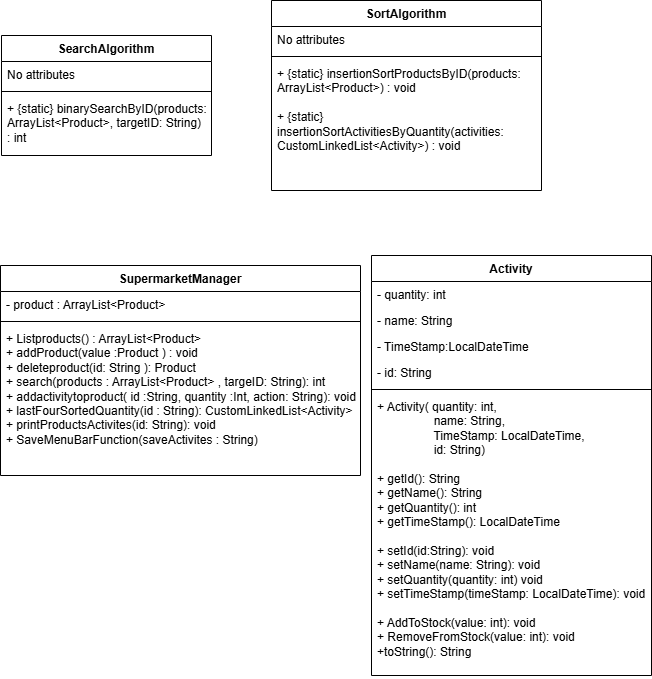
Earlier version of the draw.io export SupermarketMangementSystemUMLdiagram.drawio.png (helgabear26/CS5003-Coursework1-Supermarket-Project). Source tidied: cells renumbered, new cells last; positions are measured from the earlier drawing's top-left corner, leaving out a move shared by most shapes. Source of this version:
```xml
<mxGraphModel>
  <root>
    <mxCell id="0" />
    <mxCell id="1" parent="0" />
    <mxCell id="2" value="&lt;span style=&quot;background-color: light-dark(#ffffff, var(--ge-dark-color, #121212));&quot;&gt;SearchAlgorithm&lt;/span&gt;" style="swimlane;fontStyle=1;align=center;verticalAlign=top;horizontal=1;startSize=26;whiteSpace=wrap;html=1;" parent="1" vertex="1">
      <mxGeometry x="1" y="35" width="210" height="120" as="geometry" />
    </mxCell>
    <mxCell id="3" value="No attributes" style="text;strokeColor=none;fillColor=none;align=left;verticalAlign=top;spacingLeft=4;spacingRight=4;overflow=hidden;whiteSpace=wrap;html=1;" parent="2" vertex="1">
      <mxGeometry y="26" width="210" height="26" as="geometry" />
    </mxCell>
    <mxCell id="4" style="line;strokeWidth=1;fillColor=none;align=left;verticalAlign=middle;spacingTop=-1;spacingLeft=3;spacingRight=3;labelPosition=right;strokeColor=inherit;" parent="2" vertex="1">
      <mxGeometry y="52" width="210" height="8" as="geometry" />
    </mxCell>
    <mxCell id="5" value="+ {static} binarySearchByID(products: ArrayList&amp;lt;Product&amp;gt;, targetID: String) : int" style="text;strokeColor=none;fillColor=none;align=left;verticalAlign=top;spacingLeft=4;spacingRight=4;overflow=hidden;whiteSpace=wrap;html=1;" parent="2" vertex="1">
      <mxGeometry y="60" width="210" height="60" as="geometry" />
    </mxCell>
    <mxCell id="6" value="SortAlgorithm" style="swimlane;fontStyle=1;align=center;verticalAlign=top;horizontal=1;startSize=26;whiteSpace=wrap;html=1;" parent="1" vertex="1">
      <mxGeometry x="271" width="270" height="190" as="geometry" />
    </mxCell>
    <mxCell id="7" value="No attributes" style="text;strokeColor=none;fillColor=none;align=left;verticalAlign=top;spacingLeft=4;spacingRight=4;overflow=hidden;whiteSpace=wrap;html=1;" parent="6" vertex="1">
      <mxGeometry y="26" width="270" height="26" as="geometry" />
    </mxCell>
    <mxCell id="8" style="line;strokeWidth=1;fillColor=none;align=left;verticalAlign=middle;spacingTop=-1;spacingLeft=3;spacingRight=3;labelPosition=right;strokeColor=inherit;" parent="6" vertex="1">
      <mxGeometry y="52" width="270" height="8" as="geometry" />
    </mxCell>
    <mxCell id="9" value="+ {static} insertionSortProductsByID(products: ArrayList&amp;lt;Product&amp;gt;) : void&lt;div&gt;&lt;br&gt;&lt;/div&gt;&lt;div&gt;+&amp;nbsp;&lt;span style=&quot;background-color: transparent; color: light-dark(rgb(0, 0, 0), rgb(255, 255, 255));&quot;&gt;{static} insertionSortActivitiesByQuantity(activities: CustomLinkedList&amp;lt;Activity&amp;gt;) : void&lt;/span&gt;&lt;/div&gt;" style="text;strokeColor=none;fillColor=none;align=left;verticalAlign=top;spacingLeft=4;spacingRight=4;overflow=hidden;whiteSpace=wrap;html=1;" parent="6" vertex="1">
      <mxGeometry y="60" width="270" height="130" as="geometry" />
    </mxCell>
    <mxCell id="10" value="Activity" style="swimlane;fontStyle=1;align=center;verticalAlign=top;horizontal=1;startSize=26;whiteSpace=wrap;html=1;" parent="1" vertex="1">
      <mxGeometry x="371" y="255" width="280" height="420" as="geometry" />
    </mxCell>
    <mxCell id="11" value="- quantity: int" style="text;strokeColor=none;fillColor=none;align=left;verticalAlign=top;spacingLeft=4;spacingRight=4;overflow=hidden;whiteSpace=wrap;html=1;" parent="10" vertex="1">
      <mxGeometry y="26" width="280" height="26" as="geometry" />
    </mxCell>
    <mxCell id="12" value="- name: String" style="text;strokeColor=none;fillColor=none;align=left;verticalAlign=top;spacingLeft=4;spacingRight=4;overflow=hidden;whiteSpace=wrap;html=1;" parent="10" vertex="1">
      <mxGeometry y="52" width="280" height="26" as="geometry" />
    </mxCell>
    <mxCell id="13" value="- TimeStamp:LocalDateTime" style="text;strokeColor=none;fillColor=none;align=left;verticalAlign=top;spacingLeft=4;spacingRight=4;overflow=hidden;whiteSpace=wrap;html=1;" parent="10" vertex="1">
      <mxGeometry y="78" width="280" height="26" as="geometry" />
    </mxCell>
    <mxCell id="14" value="- id: String" style="text;strokeColor=none;fillColor=none;align=left;verticalAlign=top;spacingLeft=4;spacingRight=4;overflow=hidden;whiteSpace=wrap;html=1;" parent="10" vertex="1">
      <mxGeometry y="104" width="280" height="26" as="geometry" />
    </mxCell>
    <mxCell id="15" style="line;strokeWidth=1;fillColor=none;align=left;verticalAlign=middle;spacingTop=-1;spacingLeft=3;spacingRight=3;labelPosition=right;strokeColor=inherit;" parent="10" vertex="1">
      <mxGeometry y="130" width="280" height="8" as="geometry" />
    </mxCell>
    <mxCell id="16" value="+ Activity( quantity: int,&lt;div&gt;&lt;span style=&quot;white-space: pre;&quot;&gt;&#9;&lt;/span&gt;&lt;span style=&quot;white-space: pre;&quot;&gt;&#9;&lt;/span&gt;&amp;nbsp;name: String,&amp;nbsp;&lt;/div&gt;&lt;div&gt;&lt;span style=&quot;white-space: pre;&quot;&gt;&#9;&lt;/span&gt;&lt;span style=&quot;white-space: pre;&quot;&gt;&#9;&lt;/span&gt;&amp;nbsp;TimeStamp: LocalDateTime,&lt;/div&gt;&lt;div&gt;&lt;span style=&quot;white-space: pre;&quot;&gt;&#9;&lt;/span&gt;&lt;span style=&quot;white-space: pre;&quot;&gt;&#9;&lt;/span&gt;&amp;nbsp;id: String)&lt;/div&gt;&lt;div&gt;&lt;br&gt;&lt;/div&gt;&lt;div&gt;+ getId(): String&lt;/div&gt;&lt;div&gt;+ getName(): String&lt;/div&gt;&lt;div&gt;+ getQuantity(): int&lt;/div&gt;&lt;div&gt;+ getTimeStamp(): LocalDateTime&lt;/div&gt;&lt;div&gt;&lt;br&gt;&lt;/div&gt;&lt;div&gt;+ setId(id:String): void&lt;/div&gt;&lt;div&gt;+ setName(name: String): void&lt;/div&gt;&lt;div&gt;+ setQuantity(quantity: int) void&lt;/div&gt;&lt;div&gt;+ setTimeStamp(timeStamp: LocalDateTime): void&lt;/div&gt;&lt;div&gt;&lt;br&gt;&lt;/div&gt;&lt;div&gt;+ AddToStock(value: int): void&lt;/div&gt;&lt;div&gt;+ RemoveFromStock(value: int): void&lt;/div&gt;&lt;div&gt;+toString(): String&lt;/div&gt;&lt;div&gt;&lt;br&gt;&lt;/div&gt;&lt;div&gt;&lt;br&gt;&lt;/div&gt;" style="text;strokeColor=none;fillColor=none;align=left;verticalAlign=top;spacingLeft=4;spacingRight=4;overflow=hidden;whiteSpace=wrap;html=1;" parent="10" vertex="1">
      <mxGeometry y="138" width="280" height="282" as="geometry" />
    </mxCell>
    <mxCell id="17" value="SupermarketManager" style="swimlane;fontStyle=1;align=center;verticalAlign=top;horizontal=1;startSize=26;whiteSpace=wrap;html=1;" parent="1" vertex="1">
      <mxGeometry y="265" width="360" height="210" as="geometry" />
    </mxCell>
    <mxCell id="18" value="- product : ArrayList&amp;lt;Product&amp;gt;" style="text;strokeColor=none;fillColor=none;align=left;verticalAlign=top;spacingLeft=4;spacingRight=4;overflow=hidden;whiteSpace=wrap;html=1;" parent="17" vertex="1">
      <mxGeometry y="26" width="360" height="26" as="geometry" />
    </mxCell>
    <mxCell id="19" style="line;strokeWidth=1;fillColor=none;align=left;verticalAlign=middle;spacingTop=-1;spacingLeft=3;spacingRight=3;labelPosition=right;strokeColor=inherit;" parent="17" vertex="1">
      <mxGeometry y="52" width="360" height="8" as="geometry" />
    </mxCell>
    <mxCell id="20" value="+ Listproducts() : ArrayList&amp;lt;Product&amp;gt;&lt;div&gt;+ addProduct(value :&lt;span style=&quot;background-color: transparent; color: light-dark(rgb(0, 0, 0), rgb(255, 255, 255));&quot;&gt;Product&lt;/span&gt;&lt;span style=&quot;background-color: transparent; color: light-dark(rgb(0, 0, 0), rgb(255, 255, 255));&quot;&gt;&amp;nbsp;&lt;/span&gt;&lt;span style=&quot;background-color: transparent; color: light-dark(rgb(0, 0, 0), rgb(255, 255, 255));&quot;&gt;) : void&lt;/span&gt;&lt;/div&gt;&lt;div&gt;+ deleteproduct(id:&amp;nbsp;&lt;span style=&quot;background-color: transparent; color: light-dark(rgb(0, 0, 0), rgb(255, 255, 255));&quot;&gt;String&lt;/span&gt;&lt;span style=&quot;background-color: transparent; color: light-dark(rgb(0, 0, 0), rgb(255, 255, 255));&quot;&gt;&amp;nbsp;&lt;/span&gt;&lt;span style=&quot;background-color: transparent; color: light-dark(rgb(0, 0, 0), rgb(255, 255, 255));&quot;&gt;): Product&lt;/span&gt;&lt;/div&gt;&lt;div&gt;+ search(products :&amp;nbsp;&lt;span style=&quot;background-color: transparent; color: light-dark(rgb(0, 0, 0), rgb(255, 255, 255));&quot;&gt;ArrayList&amp;lt;Product&amp;gt;&lt;/span&gt;&lt;span style=&quot;background-color: transparent; color: light-dark(rgb(0, 0, 0), rgb(255, 255, 255));&quot;&gt;&amp;nbsp;&lt;/span&gt;&lt;span style=&quot;background-color: transparent; color: light-dark(rgb(0, 0, 0), rgb(255, 255, 255));&quot;&gt;, targeID:&amp;nbsp;&lt;/span&gt;&lt;span style=&quot;background-color: transparent; color: light-dark(rgb(0, 0, 0), rgb(255, 255, 255));&quot;&gt;String)&lt;/span&gt;&lt;span style=&quot;background-color: transparent; color: light-dark(rgb(0, 0, 0), rgb(255, 255, 255));&quot;&gt;: int&lt;/span&gt;&lt;/div&gt;&lt;div&gt;+ addactivitytoproduct( id :&lt;span style=&quot;background-color: transparent; color: light-dark(rgb(0, 0, 0), rgb(255, 255, 255));&quot;&gt;String&lt;/span&gt;&lt;span style=&quot;background-color: transparent; color: light-dark(rgb(0, 0, 0), rgb(255, 255, 255));&quot;&gt;, quantity :Int, action:&amp;nbsp;&lt;/span&gt;&lt;span style=&quot;background-color: transparent; color: light-dark(rgb(0, 0, 0), rgb(255, 255, 255));&quot;&gt;String&lt;/span&gt;&lt;span style=&quot;background-color: transparent; color: light-dark(rgb(0, 0, 0), rgb(255, 255, 255));&quot;&gt;): void&lt;/span&gt;&lt;/div&gt;&lt;div&gt;+ lastFourSortedQuantity(id :&amp;nbsp;&lt;span style=&quot;background-color: transparent; color: light-dark(rgb(0, 0, 0), rgb(255, 255, 255));&quot;&gt;String&lt;/span&gt;&lt;span style=&quot;background-color: transparent; color: light-dark(rgb(0, 0, 0), rgb(255, 255, 255));&quot;&gt;): CustomLinkedList&amp;lt;Activity&amp;gt;&lt;/span&gt;&lt;/div&gt;&lt;div&gt;+ printProductsActivites(id: String): void&lt;/div&gt;&lt;div&gt;+ SaveMenuBarFunction(saveActivites : String)&lt;/div&gt;&lt;div&gt;&lt;br&gt;&lt;/div&gt;&lt;div&gt;&lt;br&gt;&lt;/div&gt;" style="text;strokeColor=none;fillColor=none;align=left;verticalAlign=top;spacingLeft=4;spacingRight=4;overflow=hidden;whiteSpace=wrap;html=1;" parent="17" vertex="1">
      <mxGeometry y="60" width="360" height="150" as="geometry" />
    </mxCell>
  </root>
</mxGraphModel>
```
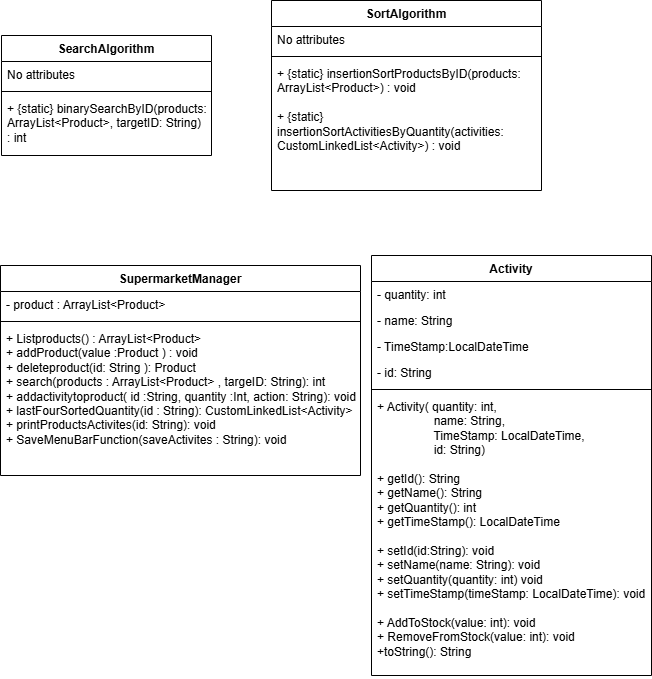
The same file after the commit.

What changed in the source:
```diff
@@ -56,7 +56,7 @@
     <mxCell id="19" style="line;strokeWidth=1;fillColor=none;align=left;verticalAlign=middle;spacingTop=-1;spacingLeft=3;spacingRight=3;labelPosition=right;strokeColor=inherit;" parent="17" vertex="1">
       <mxGeometry y="52" width="360" height="8" as="geometry" />
     </mxCell>
-    <mxCell id="20" value="+ Listproducts() : ArrayList&amp;lt;Product&amp;gt;&lt;div&gt;+ addProduct(value :&lt;span style=&quot;background-color: transparent; color: light-dark(rgb(0, 0, 0), rgb(255, 255, 255));&quot;&gt;Product&lt;/span&gt;&lt;span style=&quot;background-color: transparent; color: light-dark(rgb(0, 0, 0), rgb(255, 255, 255));&quot;&gt;&amp;nbsp;&lt;/span&gt;&lt;span style=&quot;background-color: transparent; color: light-dark(rgb(0, 0, 0), rgb(255, 255, 255));&quot;&gt;) : void&lt;/span&gt;&lt;/div&gt;&lt;div&gt;+ deleteproduct(id:&amp;nbsp;&lt;span style=&quot;background-color: transparent; color: light-dark(rgb(0, 0, 0), rgb(255, 255, 255));&quot;&gt;String&lt;/span&gt;&lt;span style=&quot;background-color: transparent; color: light-dark(rgb(0, 0, 0), rgb(255, 255, 255));&quot;&gt;&amp;nbsp;&lt;/span&gt;&lt;span style=&quot;background-color: transparent; color: light-dark(rgb(0, 0, 0), rgb(255, 255, 255));&quot;&gt;): Product&lt;/span&gt;&lt;/div&gt;&lt;div&gt;+ search(products :&amp;nbsp;&lt;span style=&quot;background-color: transparent; color: light-dark(rgb(0, 0, 0), rgb(255, 255, 255));&quot;&gt;ArrayList&amp;lt;Product&amp;gt;&lt;/span&gt;&lt;span style=&quot;background-color: transparent; color: light-dark(rgb(0, 0, 0), rgb(255, 255, 255));&quot;&gt;&amp;nbsp;&lt;/span&gt;&lt;span style=&quot;background-color: transparent; color: light-dark(rgb(0, 0, 0), rgb(255, 255, 255));&quot;&gt;, targeID:&amp;nbsp;&lt;/span&gt;&lt;span style=&quot;background-color: transparent; color: light-dark(rgb(0, 0, 0), rgb(255, 255, 255));&quot;&gt;String)&lt;/span&gt;&lt;span style=&quot;background-color: transparent; color: light-dark(rgb(0, 0, 0), rgb(255, 255, 255));&quot;&gt;: int&lt;/span&gt;&lt;/div&gt;&lt;div&gt;+ addactivitytoproduct( id :&lt;span style=&quot;background-color: transparent; color: light-dark(rgb(0, 0, 0), rgb(255, 255, 255));&quot;&gt;String&lt;/span&gt;&lt;span style=&quot;background-color: transparent; color: light-dark(rgb(0, 0, 0), rgb(255, 255, 255));&quot;&gt;, quantity :Int, action:&amp;nbsp;&lt;/span&gt;&lt;span style=&quot;background-color: transparent; color: light-dark(rgb(0, 0, 0), rgb(255, 255, 255));&quot;&gt;String&lt;/span&gt;&lt;span style=&quot;background-color: transparent; color: light-dark(rgb(0, 0, 0), rgb(255, 255, 255));&quot;&gt;): void&lt;/span&gt;&lt;/div&gt;&lt;div&gt;+ lastFourSortedQuantity(id :&amp;nbsp;&lt;span style=&quot;background-color: transparent; color: light-dark(rgb(0, 0, 0), rgb(255, 255, 255));&quot;&gt;String&lt;/span&gt;&lt;span style=&quot;background-color: transparent; color: light-dark(rgb(0, 0, 0), rgb(255, 255, 255));&quot;&gt;): CustomLinkedList&amp;lt;Activity&amp;gt;&lt;/span&gt;&lt;/div&gt;&lt;div&gt;+ printProductsActivites(id: String): void&lt;/div&gt;&lt;div&gt;+ SaveMenuBarFunction(saveActivites : String)&lt;/div&gt;&lt;div&gt;&lt;br&gt;&lt;/div&gt;&lt;div&gt;&lt;br&gt;&lt;/div&gt;" style="text;strokeColor=none;fillColor=none;align=left;verticalAlign=top;spacingLeft=4;spacingRight=4;overflow=hidden;whiteSpace=wrap;html=1;" parent="17" vertex="1">
+    <mxCell id="20" value="+ Listproducts() : ArrayList&amp;lt;Product&amp;gt;&lt;div&gt;+ addProduct(value :&lt;span style=&quot;background-color: transparent; color: light-dark(rgb(0, 0, 0), rgb(255, 255, 255));&quot;&gt;Product&lt;/span&gt;&lt;span style=&quot;background-color: transparent; color: light-dark(rgb(0, 0, 0), rgb(255, 255, 255));&quot;&gt;&amp;nbsp;&lt;/span&gt;&lt;span style=&quot;background-color: transparent; color: light-dark(rgb(0, 0, 0), rgb(255, 255, 255));&quot;&gt;) : void&lt;/span&gt;&lt;/div&gt;&lt;div&gt;+ deleteproduct(id:&amp;nbsp;&lt;span style=&quot;background-color: transparent; color: light-dark(rgb(0, 0, 0), rgb(255, 255, 255));&quot;&gt;String&lt;/span&gt;&lt;span style=&quot;background-color: transparent; color: light-dark(rgb(0, 0, 0), rgb(255, 255, 255));&quot;&gt;&amp;nbsp;&lt;/span&gt;&lt;span style=&quot;background-color: transparent; color: light-dark(rgb(0, 0, 0), rgb(255, 255, 255));&quot;&gt;): Product&lt;/span&gt;&lt;/div&gt;&lt;div&gt;+ search(products :&amp;nbsp;&lt;span style=&quot;background-color: transparent; color: light-dark(rgb(0, 0, 0), rgb(255, 255, 255));&quot;&gt;ArrayList&amp;lt;Product&amp;gt;&lt;/span&gt;&lt;span style=&quot;background-color: transparent; color: light-dark(rgb(0, 0, 0), rgb(255, 255, 255));&quot;&gt;&amp;nbsp;&lt;/span&gt;&lt;span style=&quot;background-color: transparent; color: light-dark(rgb(0, 0, 0), rgb(255, 255, 255));&quot;&gt;, targeID:&amp;nbsp;&lt;/span&gt;&lt;span style=&quot;background-color: transparent; color: light-dark(rgb(0, 0, 0), rgb(255, 255, 255));&quot;&gt;String)&lt;/span&gt;&lt;span style=&quot;background-color: transparent; color: light-dark(rgb(0, 0, 0), rgb(255, 255, 255));&quot;&gt;: int&lt;/span&gt;&lt;/div&gt;&lt;div&gt;+ addactivitytoproduct( id :&lt;span style=&quot;background-color: transparent; color: light-dark(rgb(0, 0, 0), rgb(255, 255, 255));&quot;&gt;String&lt;/span&gt;&lt;span style=&quot;background-color: transparent; color: light-dark(rgb(0, 0, 0), rgb(255, 255, 255));&quot;&gt;, quantity :Int, action:&amp;nbsp;&lt;/span&gt;&lt;span style=&quot;background-color: transparent; color: light-dark(rgb(0, 0, 0), rgb(255, 255, 255));&quot;&gt;String&lt;/span&gt;&lt;span style=&quot;background-color: transparent; color: light-dark(rgb(0, 0, 0), rgb(255, 255, 255));&quot;&gt;): void&lt;/span&gt;&lt;/div&gt;&lt;div&gt;+ lastFourSortedQuantity(id :&amp;nbsp;&lt;span style=&quot;background-color: transparent; color: light-dark(rgb(0, 0, 0), rgb(255, 255, 255));&quot;&gt;String&lt;/span&gt;&lt;span style=&quot;background-color: transparent; color: light-dark(rgb(0, 0, 0), rgb(255, 255, 255));&quot;&gt;): CustomLinkedList&amp;lt;Activity&amp;gt;&lt;/span&gt;&lt;/div&gt;&lt;div&gt;+ printProductsActivites(id: String): void&lt;/div&gt;&lt;div&gt;+ SaveMenuBarFunction(saveActivites : String): void&lt;/div&gt;&lt;div&gt;&lt;br&gt;&lt;/div&gt;&lt;div&gt;&lt;br&gt;&lt;/div&gt;" style="text;strokeColor=none;fillColor=none;align=left;verticalAlign=top;spacingLeft=4;spacingRight=4;overflow=hidden;whiteSpace=wrap;html=1;" parent="17" vertex="1">
       <mxGeometry y="60" width="360" height="150" as="geometry" />
     </mxCell>
   </root>
```
